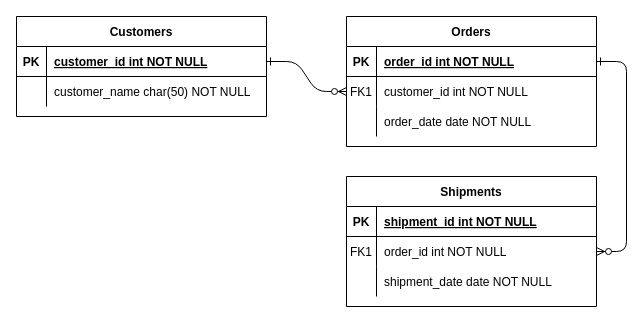
cnievaslozano/crm-myproject keeps this draw.io diagram as Diagrama sin título.drawio. Above is the earlier version. Source tidied: cells renumbered, new cells numbered last; positions are measured from the earlier drawing's top-left corner, leaving out a move shared by most shapes. Both pictures are drawn from the tidied source at 100%, with x=0, y=0 at pixel (16, 16).
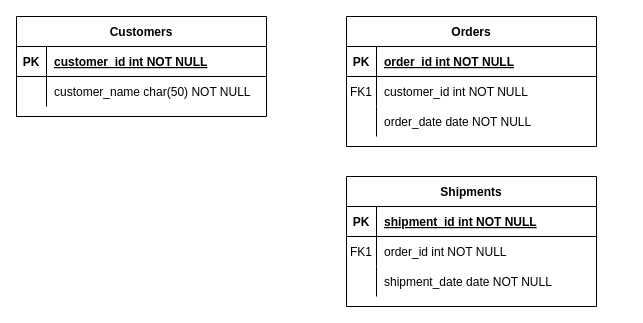
The same diagram, later.

The change refers to these unchanged cells:
```xml
<mxCell id="5" style="shape=partialRectangle;fillColor=none;points=[[0,0.5],[1,0.5]];portConstraint=eastwest;top=0;left=0;right=0;bottom=1;" parent="4" vertex="1">
  <mxGeometry y="30" width="250" height="30" as="geometry" />
</mxCell>
<mxCell id="8" style="shape=partialRectangle;fillColor=none;points=[[0,0.5],[1,0.5]];portConstraint=eastwest;top=0;left=0;right=0;bottom=0;" parent="4" vertex="1">
  <mxGeometry y="60" width="250" height="30" as="geometry" />
</mxCell>
<mxCell id="18" style="shape=partialRectangle;fillColor=none;points=[[0,0.5],[1,0.5]];portConstraint=eastwest;top=0;left=0;right=0;bottom=0;" parent="14" vertex="1">
  <mxGeometry y="60" width="250" height="30" as="geometry" />
</mxCell>
<mxCell id="25" style="shape=partialRectangle;fillColor=none;points=[[0,0.5],[1,0.5]];portConstraint=eastwest;top=0;left=0;right=0;bottom=1;" parent="24" vertex="1">
  <mxGeometry y="30" width="250" height="30" as="geometry" />
</mxCell>
```

Diff of the diagram source:
```diff
@@
-    <mxCell id="2" style="edgeStyle=entityRelationEdgeStyle;endArrow=ERzeroToMany;startArrow=ERone;endFill=1;startFill=0;" parent="1" edge="1" source="25" target="8">
-      <mxGeometry relative="1" as="geometry" />
-    </mxCell>
-    <mxCell id="3" style="edgeStyle=entityRelationEdgeStyle;endArrow=ERzeroToMany;startArrow=ERone;endFill=1;startFill=0;" parent="1" edge="1" source="5" target="18">
-      <mxGeometry relative="1" as="geometry" />
-    </mxCell>
```
